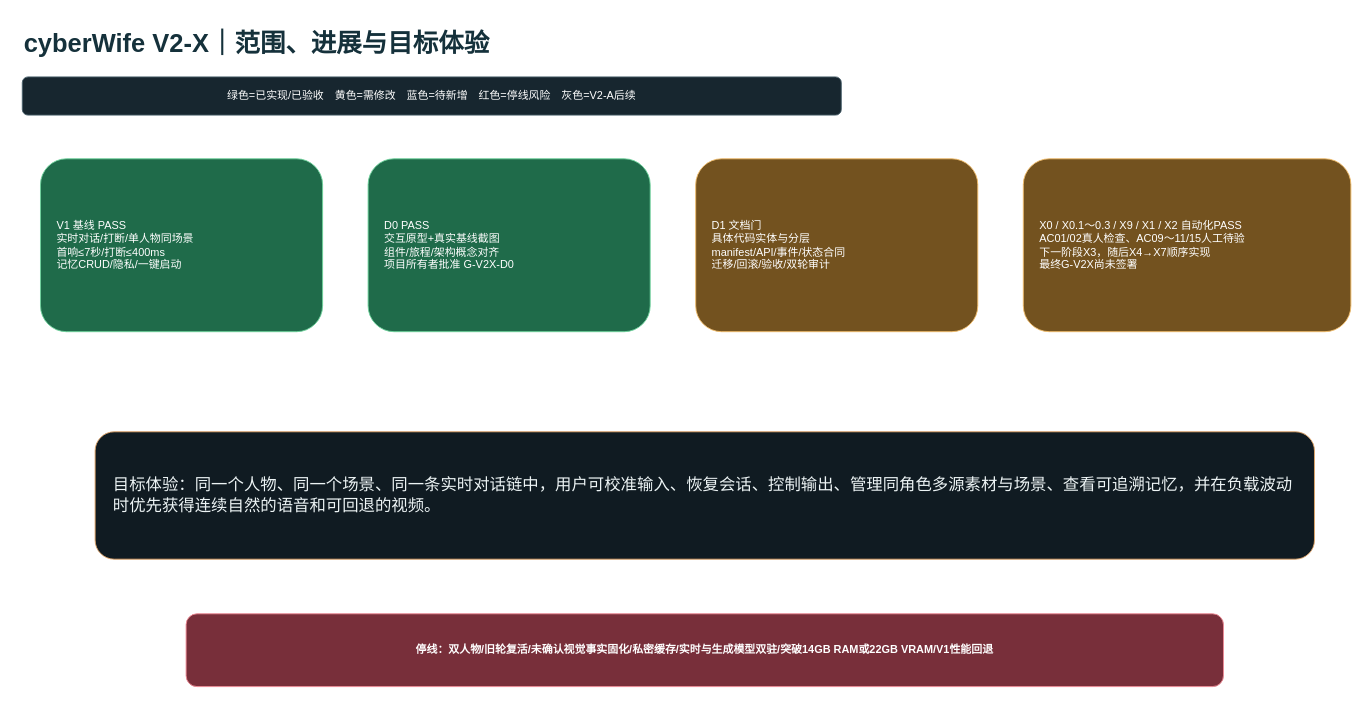
ljx418/cyberWife keeps this draw.io diagram as page "01-范围进展与目标体验" (1 of 8) of docs/architecture/v2-x-gap.drawio. Above is the earlier version. Source tidied: cells renumbered, new cells numbered last; positions are measured from the earlier drawing's top-left corner, leaving out a move shared by most shapes. Both pictures are drawn from the tidied source at 91%, with x=0, y=0 at pixel (22, 22).
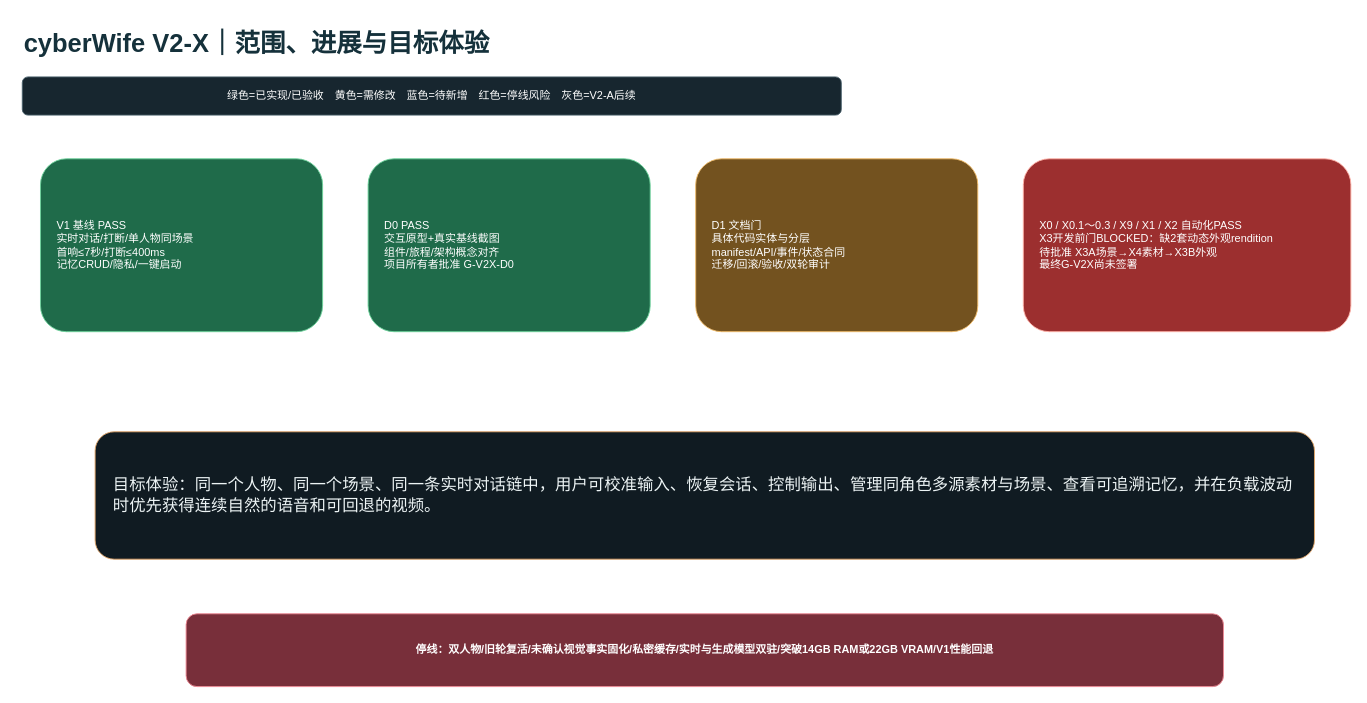
The same page after the edit.

What changed in the source:
```diff
@@
 <mxGraphModel>
   <root>
     <mxCell id="0" />
     <mxCell id="1" parent="0" />
     <mxCell id="2" value="cyberWife V2-X｜范围、进展与目标体验" style="text;html=1;fontSize=28;fontStyle=1;fontColor=#15313B;" parent="1" vertex="1">
       <mxGeometry width="1200" height="50" as="geometry" />
     </mxCell>
     <mxCell id="3" value="绿色=已实现/已验收　黄色=需修改　蓝色=待新增　红色=停线风险　灰色=V2-A后续" style="rounded=1;whiteSpace=wrap;html=1;fillColor=#17262F;strokeColor=#49606C;fontColor=#FFFFFF;" parent="1" vertex="1">
       <mxGeometry y="60" width="900" height="42" as="geometry" />
     </mxCell>
     <mxCell id="4" value="V1 基线 PASS&#10;实时对话/打断/单人物同场景&#10;首响≤7秒/打断≤400ms&#10;记忆CRUD/隐私/一键启动" style="rounded=1;whiteSpace=wrap;html=1;fillColor=#1F6B4A;strokeColor=#6ED39C;fontColor=#FFFFFF;align=left;spacing=18;" parent="1" vertex="1">
       <mxGeometry x="20" y="150" width="310" height="190" as="geometry" />
     </mxCell>
     <mxCell id="5" value="D0 PASS&#10;交互原型+真实基线截图&#10;组件/旅程/架构概念对齐&#10;项目所有者批准 G-V2X-D0" style="rounded=1;whiteSpace=wrap;html=1;fillColor=#1F6B4A;strokeColor=#6ED39C;fontColor=#FFFFFF;align=left;spacing=18;" parent="1" vertex="1">
       <mxGeometry x="380" y="150" width="310" height="190" as="geometry" />
     </mxCell>
     <mxCell id="6" value="D1 文档门&#10;具体代码实体与分层&#10;manifest/API/事件/状态合同&#10;迁移/回滚/验收/双轮审计" style="rounded=1;whiteSpace=wrap;html=1;fillColor=#73521F;strokeColor=#F2BD6B;fontColor=#FFFFFF;align=left;spacing=18;" parent="1" vertex="1">
       <mxGeometry x="740" y="150" width="310" height="190" as="geometry" />
     </mxCell>
-    <mxCell id="7" value="X0 / X0.1～0.3 / X9 / X1 / X2 自动化PASS&#10;AC01/02真人检查、AC09～11/15人工待验&#10;下一阶段X3，随后X4→X7顺序实现&#10;最终G-V2X尚未签署" style="rounded=1;whiteSpace=wrap;html=1;fillColor=#73521F;strokeColor=#F2BD6B;fontColor=#FFFFFF;align=left;spacing=18;" parent="1" vertex="1">
+    <mxCell id="7" value="X0 / X0.1～0.3 / X9 / X1 / X2 自动化PASS&#10;X3开发前门BLOCKED：缺2套动态外观rendition&#10;待批准 X3A场景→X4素材→X3B外观&#10;最终G-V2X尚未签署" style="rounded=1;whiteSpace=wrap;html=1;fillColor=#9C2F2F;strokeColor=#FFB4AB;fontColor=#FFFFFF;align=left;spacing=18;" parent="1" vertex="1">
       <mxGeometry x="1100" y="150" width="360" height="190" as="geometry" />
     </mxCell>
     <mxCell id="8" value="目标体验：同一个人物、同一个场景、同一条实时对话链中，用户可校准输入、恢复会话、控制输出、管理同角色多源素材与场景、查看可追溯记忆，并在负载波动时优先获得连续自然的语音和可回退的视频。" style="rounded=1;whiteSpace=wrap;html=1;fillColor=#101B22;strokeColor=#E4A668;fontColor=#EDF4F5;fontSize=18;align=left;spacing=20;" parent="1" vertex="1">
       <mxGeometry x="80" y="450" width="1340" height="140" as="geometry" />
     </mxCell>
     <mxCell id="9" value="停线：双人物/旧轮复活/未确认视觉事实固化/私密缓存/实时与生成模型双驻/突破14GB RAM或22GB VRAM/V1性能回退" style="rounded=1;whiteSpace=wrap;html=1;fillColor=#782F3A;strokeColor=#F08A96;fontColor=#FFFFFF;fontStyle=1;" parent="1" vertex="1">
       <mxGeometry x="180" y="650" width="1140" height="80" as="geometry" />
     </mxCell>
     <mxCell id="10" style="edgeStyle=orthogonalEdgeStyle;strokeColor=#8AA0A9;endArrow=block;" parent="1" edge="1" source="4" target="5" />
     <mxCell id="11" style="edgeStyle=orthogonalEdgeStyle;strokeColor=#8AA0A9;endArrow=block;" parent="1" edge="1" source="5" target="6" />
     <mxCell id="12" style="edgeStyle=orthogonalEdgeStyle;strokeColor=#8AA0A9;endArrow=block;" parent="1" edge="1" source="6" target="7" />
   </root>
 </mxGraphModel>
```
